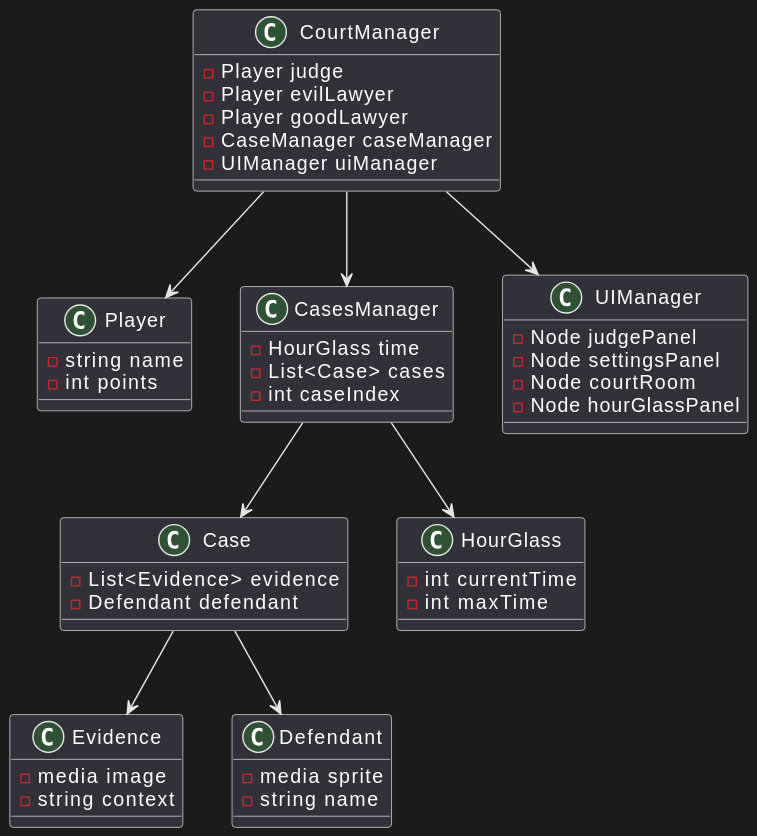
Above: courtUML.svg in DaBu-Games/ImmerseYourself (PlantUML), before the change. Source of this version:
```plantuml
@startuml
class Player{
- string name
- int points
}

class Evidence{
- media image
- string context
}

class Defendant{
- media sprite
- string name
}

class Case{
- List<Evidence> evidence
- Defendant defendant
}

class HourGlass{
- int currentTime
- int maxTime
}

class CasesManager{
- HourGlass time
- List<Case> cases
- int caseIndex
}

class CourtManager{
- Player judge
- Player evilLawyer
- Player goodLawyer
- CaseManager caseManager
- UIManager uiManager
}

class UIManager{
-Node judgePanel
-Node settingsPanel
-Node courtRoom
-Node hourGlassPanel
}

CourtManager --> Player
CourtManager --> CasesManager
CourtManager --> UIManager

CasesManager --> HourGlass
CasesManager --> Case

Case --> Evidence
Case --> Defendant
@enduml
```
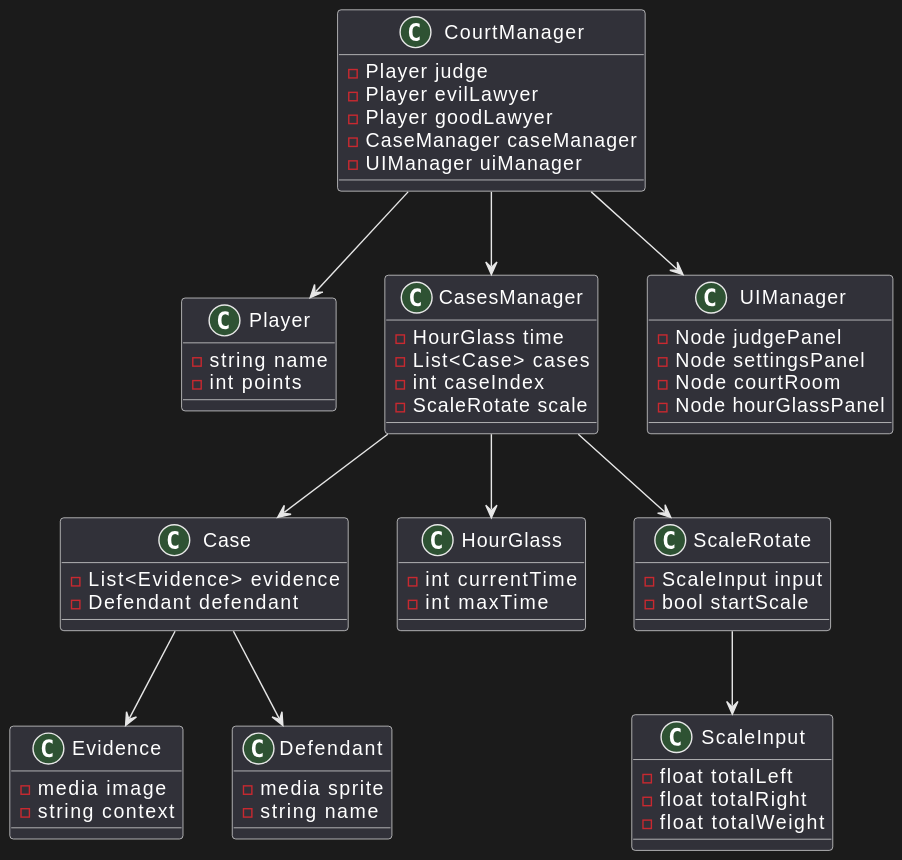
The same diagram one commit later.

What changed in the source:
```diff
@@ -28,6 +28,7 @@
 - HourGlass time
 - List<Case> cases
 - int caseIndex
+- ScaleRotate scale
 }
 
 class CourtManager{
@@ -45,13 +46,27 @@
 -Node hourGlassPanel
 }
 
+class ScaleInput{
+- float totalLeft
+- float totalRight
+- float totalWeight
+}
+
+class ScaleRotate{
+- ScaleInput input
+- bool startScale
+}
+
 CourtManager --> Player
 CourtManager --> CasesManager
 CourtManager --> UIManager
 
 CasesManager --> HourGlass
 CasesManager --> Case
+CasesManager --> ScaleRotate
 
 Case --> Evidence
 Case --> Defendant
+
+ScaleRotate --> ScaleInput
 @enduml
```
